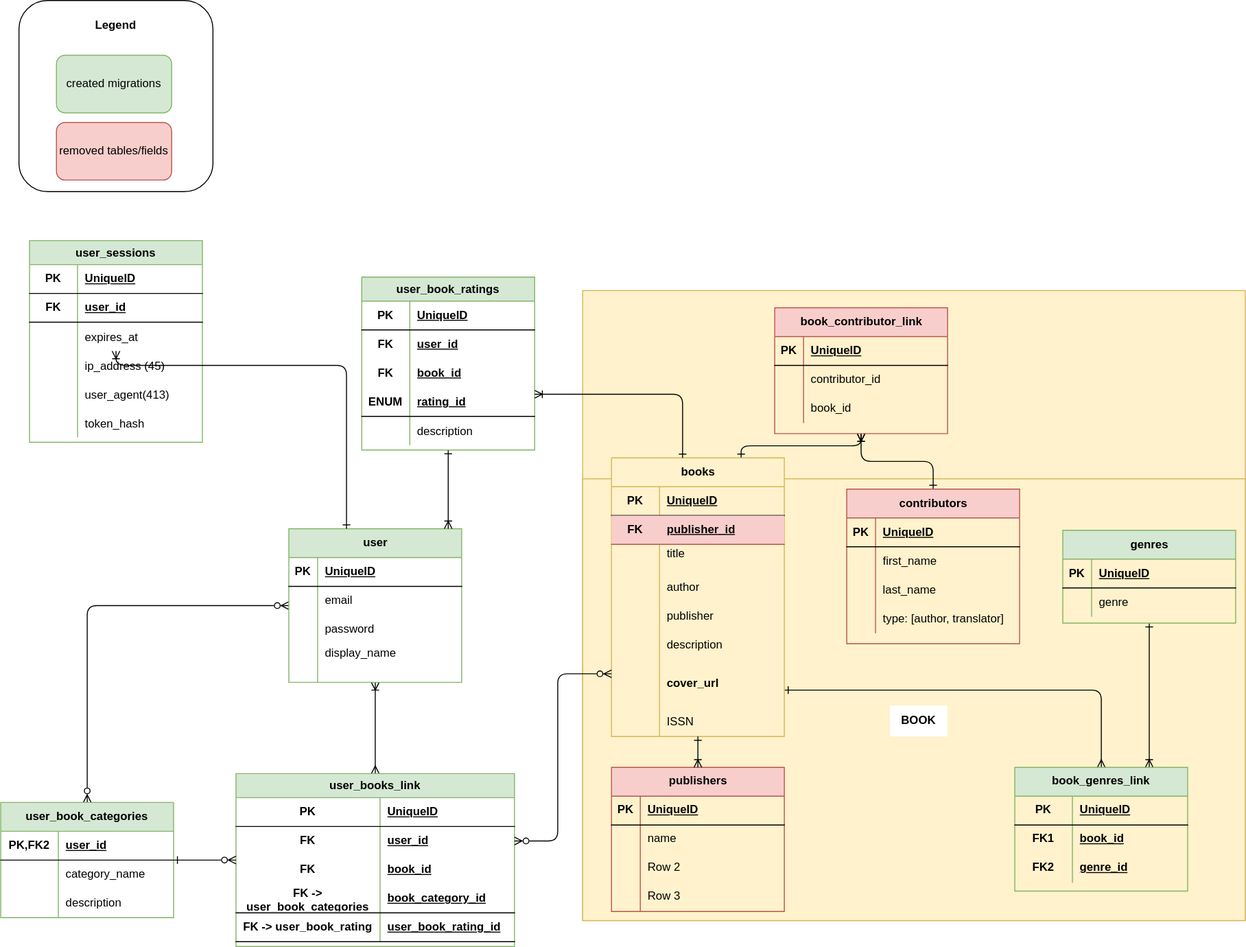
Before: docs/uml.drawio.svg, a diagram exported from draw.io (JCU25/Shelfgleam). Source tidied: cells renumbered, new cells last; positions are measured from the earlier drawing's top-left corner, leaving out a move shared by most shapes.
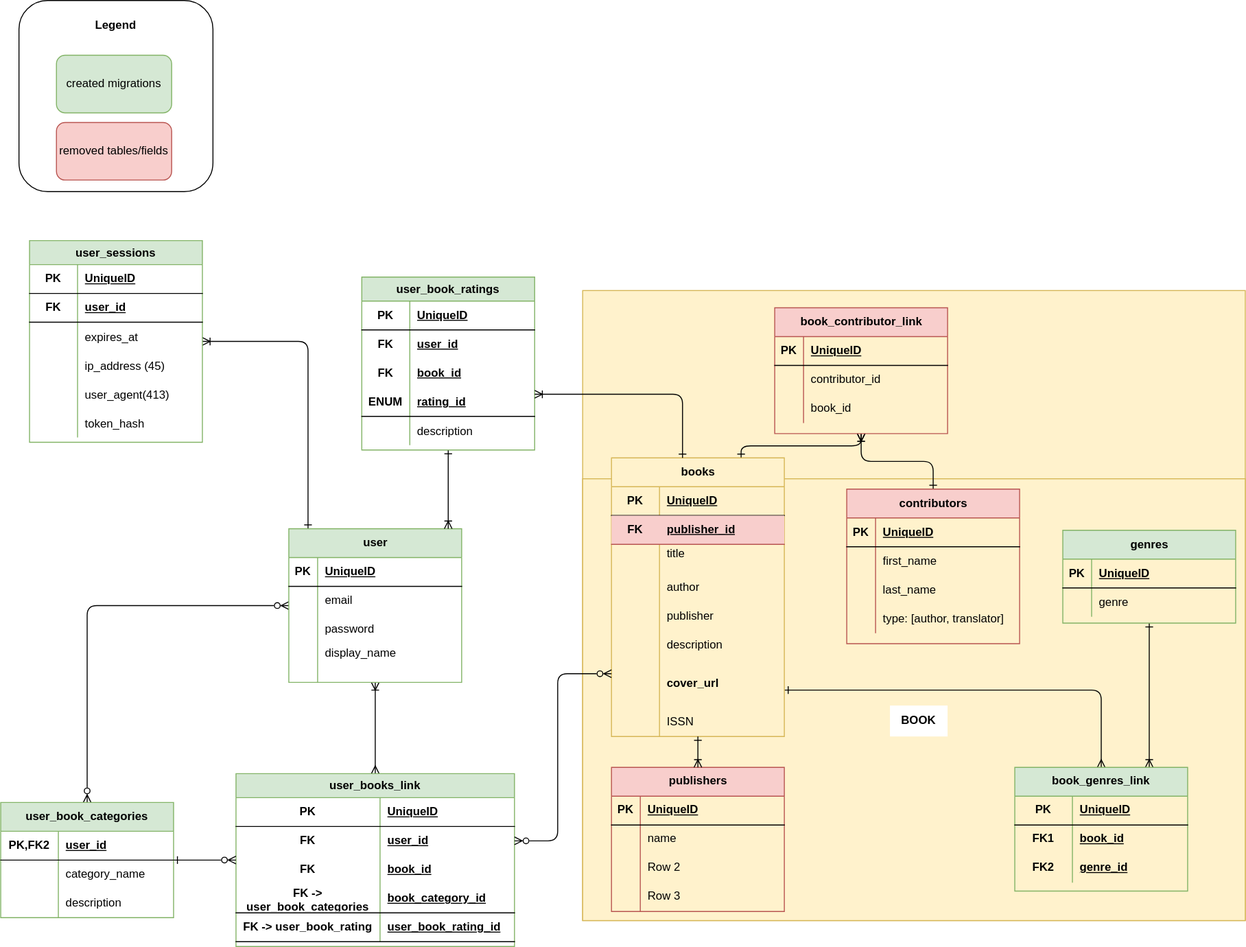
Later version of the same file.

Commit message:
docs(erd): fixed user to user-sessions relationship line

Diff of the diagram source:
```diff
@@ -8,6 +8,13 @@
     <mxCell id="3" style="edgeStyle=orthogonalEdgeStyle;html=1;startArrow=ERoneToMany;startFill=0;endArrow=ERmany;endFill=0;" parent="1" edge="1" source="4" target="20">
       <mxGeometry relative="1" as="geometry" />
     </mxCell>
+    <mxCell id="178" style="edgeStyle=orthogonalEdgeStyle;html=1;startArrow=ERone;startFill=0;endArrow=ERoneToMany;endFill=0;" parent="1" edge="1" source="4" target="64">
+      <mxGeometry relative="1" as="geometry">
+        <Array as="points">
+          <mxPoint x="320" y="355" />
+        </Array>
+      </mxGeometry>
+    </mxCell>
     <mxCell id="4" value="user" style="shape=table;startSize=30;rowLines=0;fontStyle=1;align=center;html=1;fillColor=#d5e8d4;strokeColor=#82b366;" parent="1" vertex="1">
       <mxGeometry x="300" y="550" width="180" height="160" as="geometry" />
     </mxCell>
@@ -249,13 +256,6 @@
     <mxCell id="82" value="token_hash" style="shape=partialRectangle;fillColor=none;top=0;left=0;bottom=0;right=0;align=left;spacingLeft=6;overflow=hidden;fontStyle=0;" parent="80" vertex="1">
       <mxGeometry x="50" width="130" height="30" as="geometry" />
     </mxCell>
-    <mxCell id="83" style="edgeStyle=orthogonalEdgeStyle;html=1;endArrow=ERone;endFill=0;startArrow=ERoneToMany;startFill=0;" parent="1" edge="1" source="71" target="4">
-      <mxGeometry relative="1" as="geometry">
-        <Array as="points">
-          <mxPoint x="360" y="380" />
-        </Array>
-      </mxGeometry>
-    </mxCell>
     <mxCell id="84" style="group;" parent="1" vertex="1">
       <mxGeometry x="606" y="302" width="690" height="656" as="geometry" />
     </mxCell>
```
